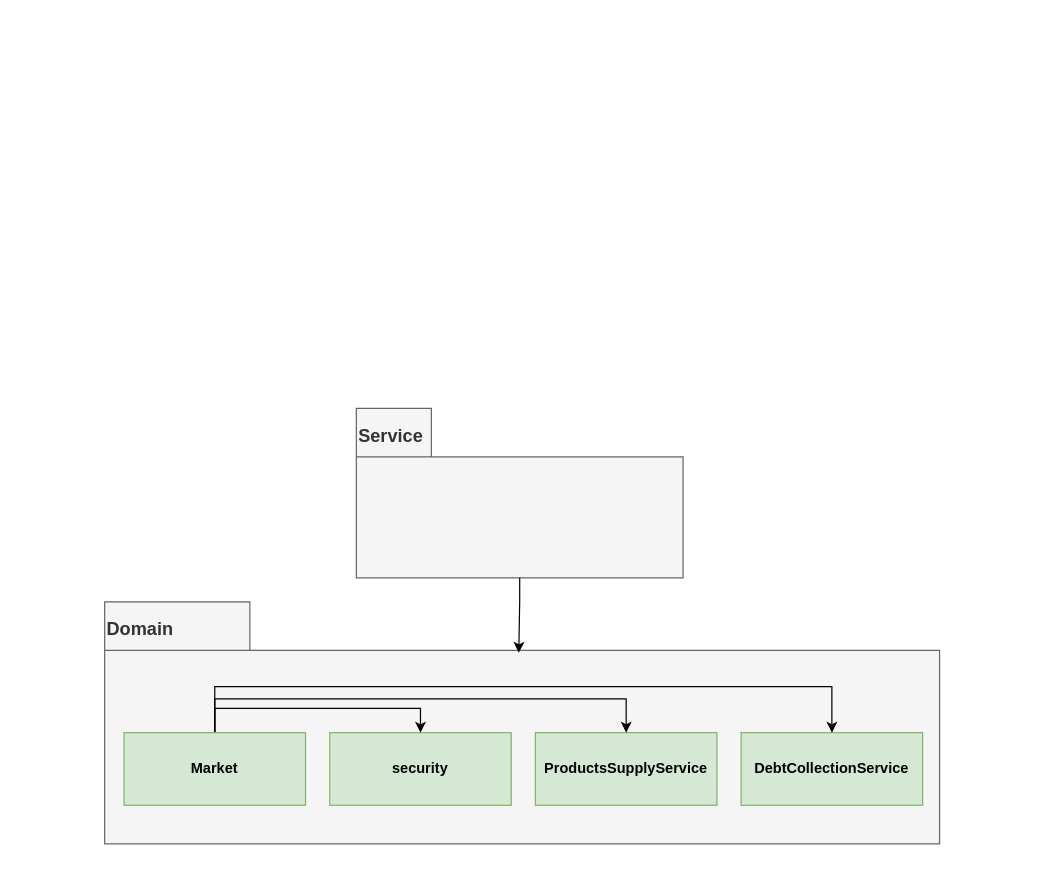
AyalaBadash/market_2022 keeps this draw.io diagram as Documents/architecture diagram.drawio. Above is the earlier version. Source tidied: cells renumbered, new cells numbered last; positions are measured from the earlier drawing's top-left corner, leaving out a move shared by most shapes. Both pictures are drawn from the tidied source at 121%, with x=0, y=0 at pixel (104, 408).
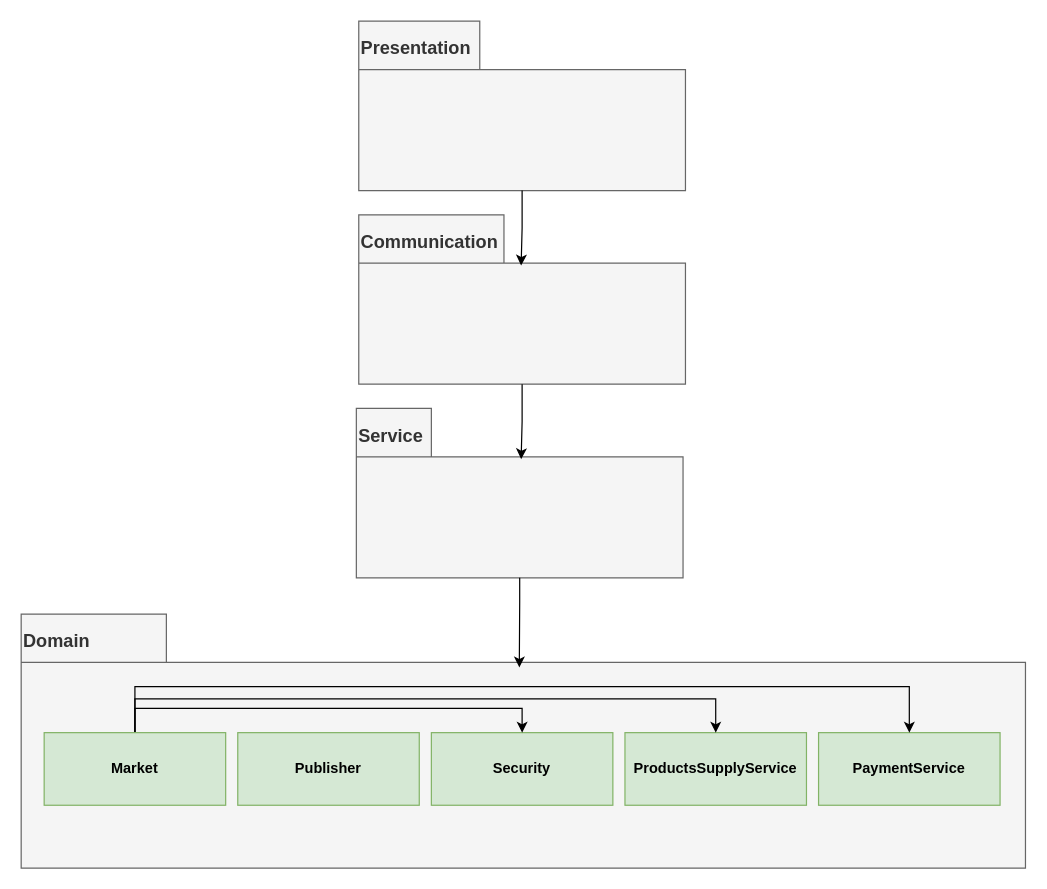
Above is the later version.

Change to the diagram source:
```diff
@@
     <mxCell id="3" value="&lt;font style=&quot;font-size: 15px ; line-height: 0.5&quot;&gt;Domain&lt;/font&gt;" style="shape=folder;fontStyle=1;spacingTop=10;tabWidth=120;tabHeight=40;tabPosition=left;html=1;align=left;verticalAlign=top;fillColor=#f5f5f5;fontColor=#333333;strokeColor=#666666;" parent="1" vertex="1">
-      <mxGeometry y="160" width="690" height="200" as="geometry" />
+      <mxGeometry x="-69" y="170" width="830" height="210" as="geometry" />
     </mxCell>
-    <mxCell id="4" value="&lt;span style=&quot;font-weight: 700&quot;&gt;DebtCollectionService&lt;/span&gt;" style="rounded=0;whiteSpace=wrap;html=1;fillColor=#d5e8d4;strokeColor=#82b366;" parent="1" vertex="1">
-      <mxGeometry x="526" y="268" width="150" height="60" as="geometry" />
+    <mxCell id="4" value="&lt;span style=&quot;font-weight: 700&quot;&gt;PaymentService&lt;/span&gt;" style="rounded=0;whiteSpace=wrap;html=1;fillColor=#d5e8d4;strokeColor=#82b366;" parent="1" vertex="1">
+      <mxGeometry x="590" y="268" width="150" height="60" as="geometry" />
     </mxCell>
     <mxCell id="5" value="&lt;span style=&quot;font-weight: 700&quot;&gt;ProductsSupplyService&lt;/span&gt;" style="rounded=0;whiteSpace=wrap;html=1;fillColor=#d5e8d4;strokeColor=#82b366;" parent="1" vertex="1">
-      <mxGeometry x="356" y="268" width="150" height="60" as="geometry" />
+      <mxGeometry x="430" y="268" width="150" height="60" as="geometry" />
     </mxCell>
-    <mxCell id="6" value="&lt;b&gt;security&lt;/b&gt;" style="rounded=0;whiteSpace=wrap;html=1;fillColor=#d5e8d4;strokeColor=#82b366;" parent="1" vertex="1">
-      <mxGeometry x="186" y="268" width="150" height="60" as="geometry" />
+    <mxCell id="6" value="&lt;b&gt;Security&lt;/b&gt;" style="rounded=0;whiteSpace=wrap;html=1;fillColor=#d5e8d4;strokeColor=#82b366;" parent="1" vertex="1">
+      <mxGeometry x="270" y="268" width="150" height="60" as="geometry" />
     </mxCell>
@@
     <mxCell id="10" value="&lt;b&gt;Market&lt;/b&gt;" style="rounded=0;whiteSpace=wrap;html=1;fillColor=#d5e8d4;strokeColor=#82b366;" parent="1" vertex="1">
-      <mxGeometry x="16" y="268" width="150" height="60" as="geometry" />
+      <mxGeometry x="-50" y="268" width="150" height="60" as="geometry" />
     </mxCell>
@@
+    <mxCell id="12" value="&lt;font style=&quot;font-size: 15px ; line-height: 0.5&quot;&gt;Communication&lt;/font&gt;" style="shape=folder;fontStyle=1;spacingTop=10;tabWidth=120;tabHeight=40;tabPosition=left;html=1;align=left;verticalAlign=top;fillColor=#f5f5f5;fontColor=#333333;strokeColor=#666666;" parent="1" vertex="1">
+      <mxGeometry x="210" y="-160" width="270" height="140" as="geometry" />
+    </mxCell>
+    <mxCell id="13" style="edgeStyle=orthogonalEdgeStyle;rounded=0;jettySize=auto;html=1;fontSize=15;exitX=0.5;exitY=1;exitDx=0;exitDy=0;exitPerimeter=0;entryX=0.496;entryY=0.21;entryDx=0;entryDy=0;entryPerimeter=0;" parent="1" edge="1" source="12">
+      <mxGeometry relative="1" as="geometry">
+        <mxPoint x="344.2" y="42" as="targetPoint" />
+      </mxGeometry>
+    </mxCell>
+    <mxCell id="14" value="&lt;font style=&quot;font-size: 15px ; line-height: 0.5&quot;&gt;Presentation&lt;/font&gt;" style="shape=folder;fontStyle=1;spacingTop=10;tabWidth=100;tabHeight=40;tabPosition=left;html=1;align=left;verticalAlign=top;fillColor=#f5f5f5;fontColor=#333333;strokeColor=#666666;" parent="1" vertex="1">
+      <mxGeometry x="210" y="-320" width="270" height="140" as="geometry" />
+    </mxCell>
+    <mxCell id="15" style="edgeStyle=orthogonalEdgeStyle;rounded=0;jettySize=auto;html=1;fontSize=15;exitX=0.5;exitY=1;exitDx=0;exitDy=0;exitPerimeter=0;entryX=0.496;entryY=0.21;entryDx=0;entryDy=0;entryPerimeter=0;" parent="1" edge="1" source="14">
+      <mxGeometry relative="1" as="geometry">
+        <mxPoint x="344.2" y="-118" as="targetPoint" />
+      </mxGeometry>
+    </mxCell>
+    <mxCell id="16" value="&lt;b&gt;Publisher&lt;/b&gt;" style="rounded=0;whiteSpace=wrap;html=1;fillColor=#d5e8d4;strokeColor=#82b366;" parent="1" vertex="1">
+      <mxGeometry x="110" y="268" width="150" height="60" as="geometry" />
+    </mxCell>
```
